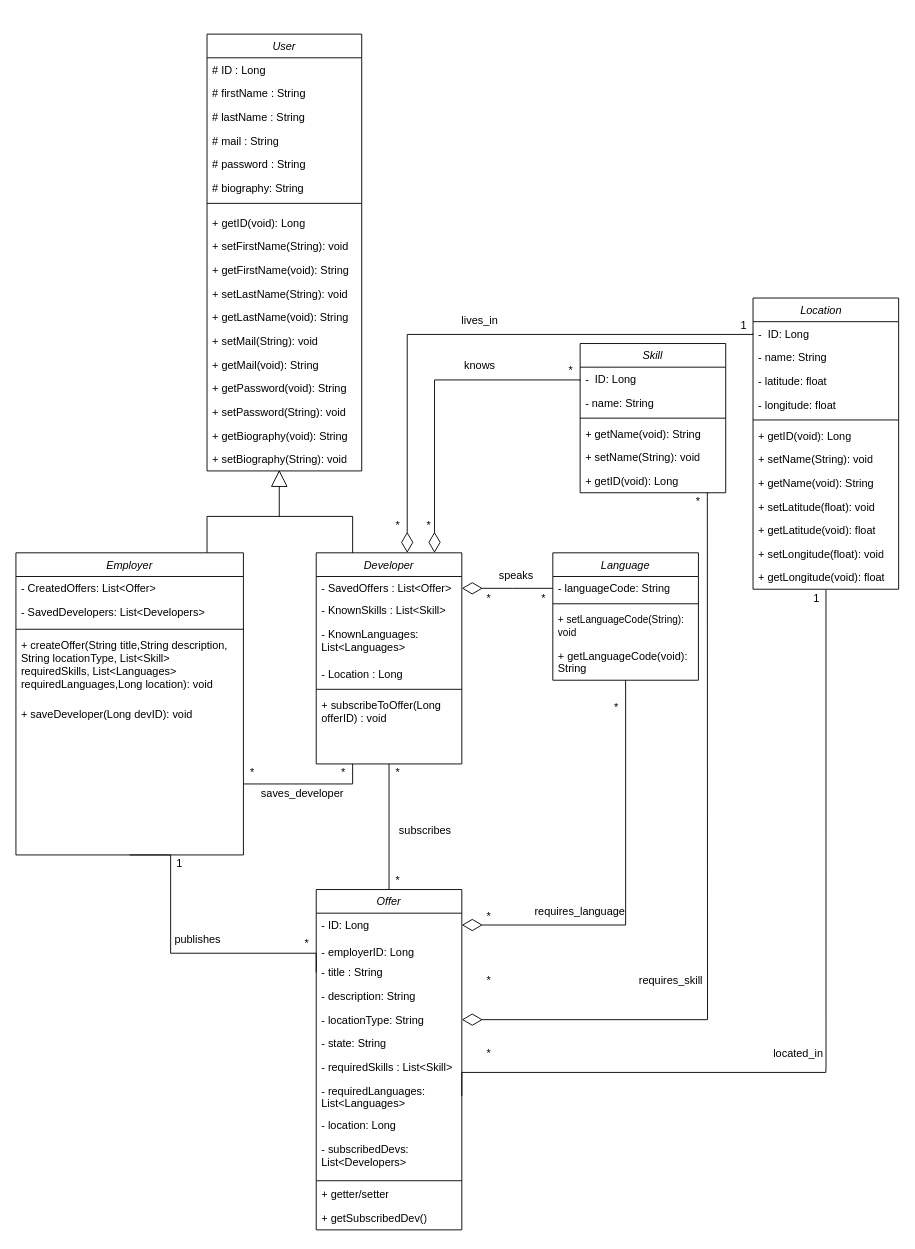
The draw.io diagram Documentazione/3. Object Design Document/class_diagram_odd.drawio in JacopoPassariello/TuringCareers, before the edit. Source tidied: cells renumbered, new cells numbered last; positions are measured from the earlier drawing's top-left corner, leaving out a move shared by most shapes. Both pictures are drawn from the tidied source at 91%, with x=0, y=0 at pixel (15, 34).
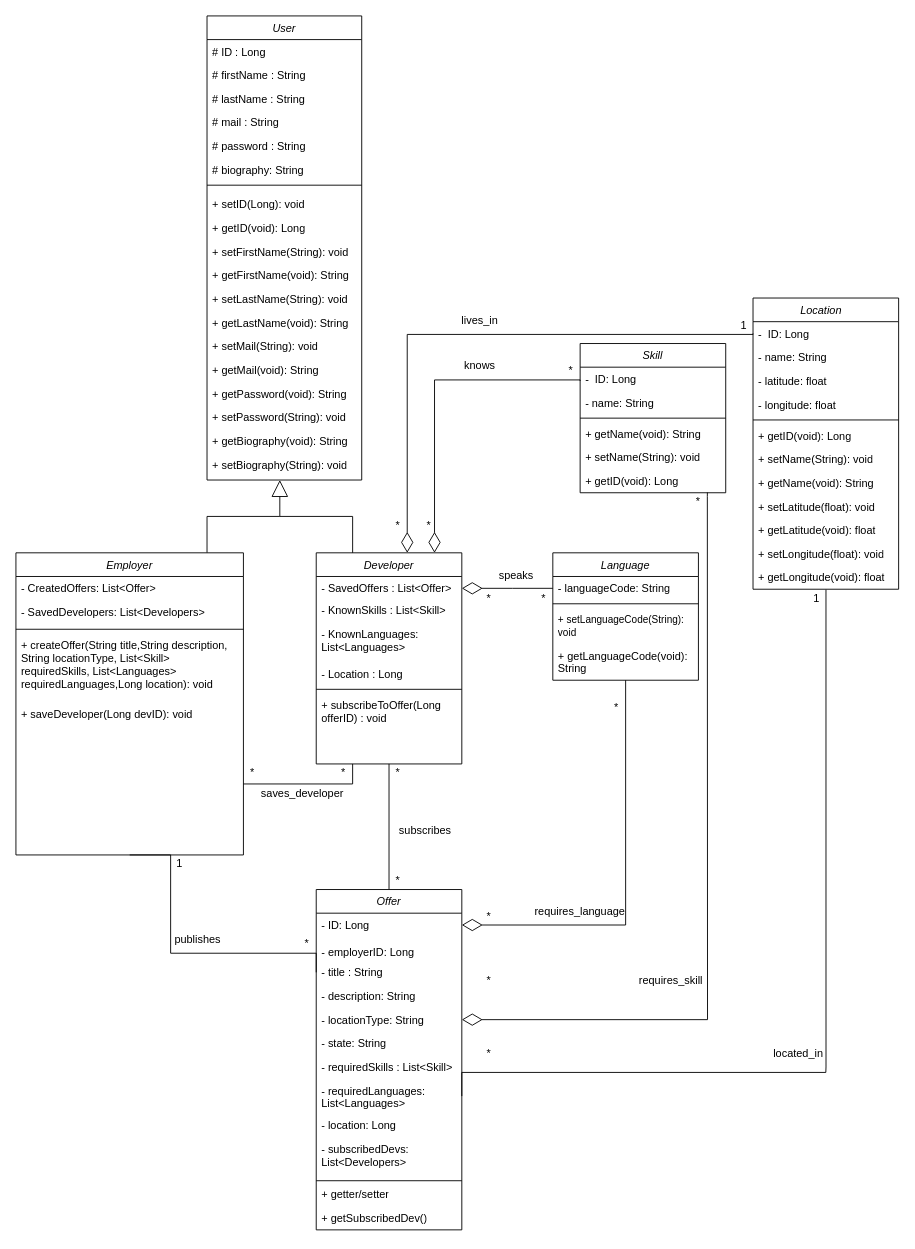
After the change.

Unchanged cells that the change refers to:
```xml
<mxCell id="3" value="Developer" style="swimlane;fontStyle=2;align=center;verticalAlign=top;horizontal=1;startSize=26;rounded=0;shadow=0;strokeWidth=1;" parent="1" vertex="1">
  <mxGeometry x="330" y="570" width="160" height="232" as="geometry" />
</mxCell>
```

What changed in the source:
```diff
@@
     <mxCell id="32" value="User" style="swimlane;fontStyle=2;align=center;verticalAlign=top;horizontal=1;startSize=26;rounded=0;shadow=0;strokeWidth=1;" parent="1" vertex="1">
-      <mxGeometry x="210" width="170" height="480" as="geometry" />
+      <mxGeometry x="210" y="-20" width="170" height="510" as="geometry" />
     </mxCell>
@@
+    <mxCell id="111" value="&lt;font style=&quot;font-size: 12px;&quot;&gt;+ setID(Long): void&lt;/font&gt;" style="text;strokeColor=none;fillColor=none;align=left;verticalAlign=top;spacingLeft=4;spacingRight=4;overflow=hidden;whiteSpace=wrap;html=1;fontSize=16;" parent="32" vertex="1">
+      <mxGeometry y="190" width="170" height="26" as="geometry" />
+    </mxCell>
     <mxCell id="40" value="&lt;font style=&quot;font-size: 12px;&quot;&gt;+ getID(void): Long&lt;/font&gt;" style="text;strokeColor=none;fillColor=none;align=left;verticalAlign=top;spacingLeft=4;spacingRight=4;overflow=hidden;whiteSpace=wrap;html=1;fontSize=16;" parent="32" vertex="1">
-      <mxGeometry y="190" width="170" height="26" as="geometry" />
+      <mxGeometry y="216" width="170" height="26" as="geometry" />
     </mxCell>
     <mxCell id="41" value="&lt;font style=&quot;font-size: 12px;&quot;&gt;+ setFirstName(String): void&lt;/font&gt;" style="text;strokeColor=none;fillColor=none;align=left;verticalAlign=top;spacingLeft=4;spacingRight=4;overflow=hidden;whiteSpace=wrap;html=1;fontSize=16;" parent="32" vertex="1">
-      <mxGeometry y="216" width="170" height="26" as="geometry" />
+      <mxGeometry y="242" width="170" height="26" as="geometry" />
     </mxCell>
     <mxCell id="42" value="&lt;font style=&quot;font-size: 12px;&quot;&gt;+ getFirstName(void): String&lt;/font&gt;" style="text;strokeColor=none;fillColor=none;align=left;verticalAlign=top;spacingLeft=4;spacingRight=4;overflow=hidden;whiteSpace=wrap;html=1;fontSize=16;" parent="32" vertex="1">
-      <mxGeometry y="242" width="170" height="26" as="geometry" />
+      <mxGeometry y="268" width="170" height="26" as="geometry" />
     </mxCell>
     <mxCell id="43" value="&lt;font style=&quot;font-size: 12px;&quot;&gt;+ setLastName(String): void&lt;/font&gt;" style="text;strokeColor=none;fillColor=none;align=left;verticalAlign=top;spacingLeft=4;spacingRight=4;overflow=hidden;whiteSpace=wrap;html=1;fontSize=16;" parent="32" vertex="1">
-      <mxGeometry y="268" width="170" height="26" as="geometry" />
+      <mxGeometry y="294" width="170" height="26" as="geometry" />
     </mxCell>
     <mxCell id="44" value="&lt;font style=&quot;font-size: 12px;&quot;&gt;+ getLastName(void): String&lt;/font&gt;" style="text;strokeColor=none;fillColor=none;align=left;verticalAlign=top;spacingLeft=4;spacingRight=4;overflow=hidden;whiteSpace=wrap;html=1;fontSize=16;" parent="32" vertex="1">
-      <mxGeometry y="294" width="170" height="26" as="geometry" />
+      <mxGeometry y="320" width="170" height="26" as="geometry" />
     </mxCell>
     <mxCell id="45" value="&lt;font style=&quot;font-size: 12px;&quot;&gt;+ setMail(String): void&lt;/font&gt;" style="text;strokeColor=none;fillColor=none;align=left;verticalAlign=top;spacingLeft=4;spacingRight=4;overflow=hidden;whiteSpace=wrap;html=1;fontSize=16;" parent="32" vertex="1">
-      <mxGeometry y="320" width="170" height="26" as="geometry" />
+      <mxGeometry y="346" width="170" height="26" as="geometry" />
     </mxCell>
     <mxCell id="46" value="&lt;font style=&quot;font-size: 12px;&quot;&gt;+ getMail(void): String&lt;/font&gt;" style="text;strokeColor=none;fillColor=none;align=left;verticalAlign=top;spacingLeft=4;spacingRight=4;overflow=hidden;whiteSpace=wrap;html=1;fontSize=16;" parent="32" vertex="1">
-      <mxGeometry y="346" width="170" height="26" as="geometry" />
+      <mxGeometry y="372" width="170" height="26" as="geometry" />
     </mxCell>
     <mxCell id="47" value="&lt;font style=&quot;font-size: 12px;&quot;&gt;+ getPassword(void): String&lt;/font&gt;" style="text;strokeColor=none;fillColor=none;align=left;verticalAlign=top;spacingLeft=4;spacingRight=4;overflow=hidden;whiteSpace=wrap;html=1;fontSize=16;" parent="32" vertex="1">
-      <mxGeometry y="372" width="170" height="26" as="geometry" />
+      <mxGeometry y="398" width="170" height="26" as="geometry" />
     </mxCell>
     <mxCell id="48" value="&lt;font style=&quot;font-size: 12px;&quot;&gt;+ setPassword(String): void&lt;/font&gt;" style="text;strokeColor=none;fillColor=none;align=left;verticalAlign=top;spacingLeft=4;spacingRight=4;overflow=hidden;whiteSpace=wrap;html=1;fontSize=16;" parent="32" vertex="1">
-      <mxGeometry y="398" width="170" height="26" as="geometry" />
+      <mxGeometry y="424" width="170" height="26" as="geometry" />
     </mxCell>
     <mxCell id="49" value="&lt;font style=&quot;font-size: 12px;&quot;&gt;+ getBiography(void): String&lt;/font&gt;" style="text;strokeColor=none;fillColor=none;align=left;verticalAlign=top;spacingLeft=4;spacingRight=4;overflow=hidden;whiteSpace=wrap;html=1;fontSize=16;" parent="32" vertex="1">
-      <mxGeometry y="424" width="170" height="26" as="geometry" />
+      <mxGeometry y="450" width="170" height="26" as="geometry" />
     </mxCell>
     <mxCell id="50" value="&lt;font style=&quot;font-size: 12px;&quot;&gt;+ setBiography(String): void&lt;/font&gt;" style="text;strokeColor=none;fillColor=none;align=left;verticalAlign=top;spacingLeft=4;spacingRight=4;overflow=hidden;points=[[0,0.5],[1,0.5]];portConstraint=eastwest;whiteSpace=wrap;html=1;fontSize=16;" parent="32" vertex="1">
-      <mxGeometry y="450" width="170" height="26" as="geometry" />
+      <mxGeometry y="476" width="170" height="26" as="geometry" />
     </mxCell>
-    <mxCell id="51" style="endArrow=block;endSize=16;endFill=0;html=1;rounded=0;exitX=0.25;exitY=0;exitDx=0;exitDy=0;entryX=0.467;entryY=1.114;entryDx=0;entryDy=0;entryPerimeter=0;edgeStyle=orthogonalEdgeStyle;" parent="1" edge="1" source="3" target="50">
+    <mxCell id="51" style="endArrow=block;endSize=16;endFill=0;html=1;rounded=0;exitX=0.25;exitY=0;exitDx=0;exitDy=0;edgeStyle=orthogonalEdgeStyle;" parent="1" edge="1" source="3">
       <mxGeometry relative="1" as="geometry">
+        <mxPoint x="290" y="490" as="targetPoint" />
         <Array as="points">
           <mxPoint x="370" y="530" />
           <mxPoint x="290" y="530" />
-          <mxPoint x="290" y="479" />
         </Array>
       </mxGeometry>
     </mxCell>
```
